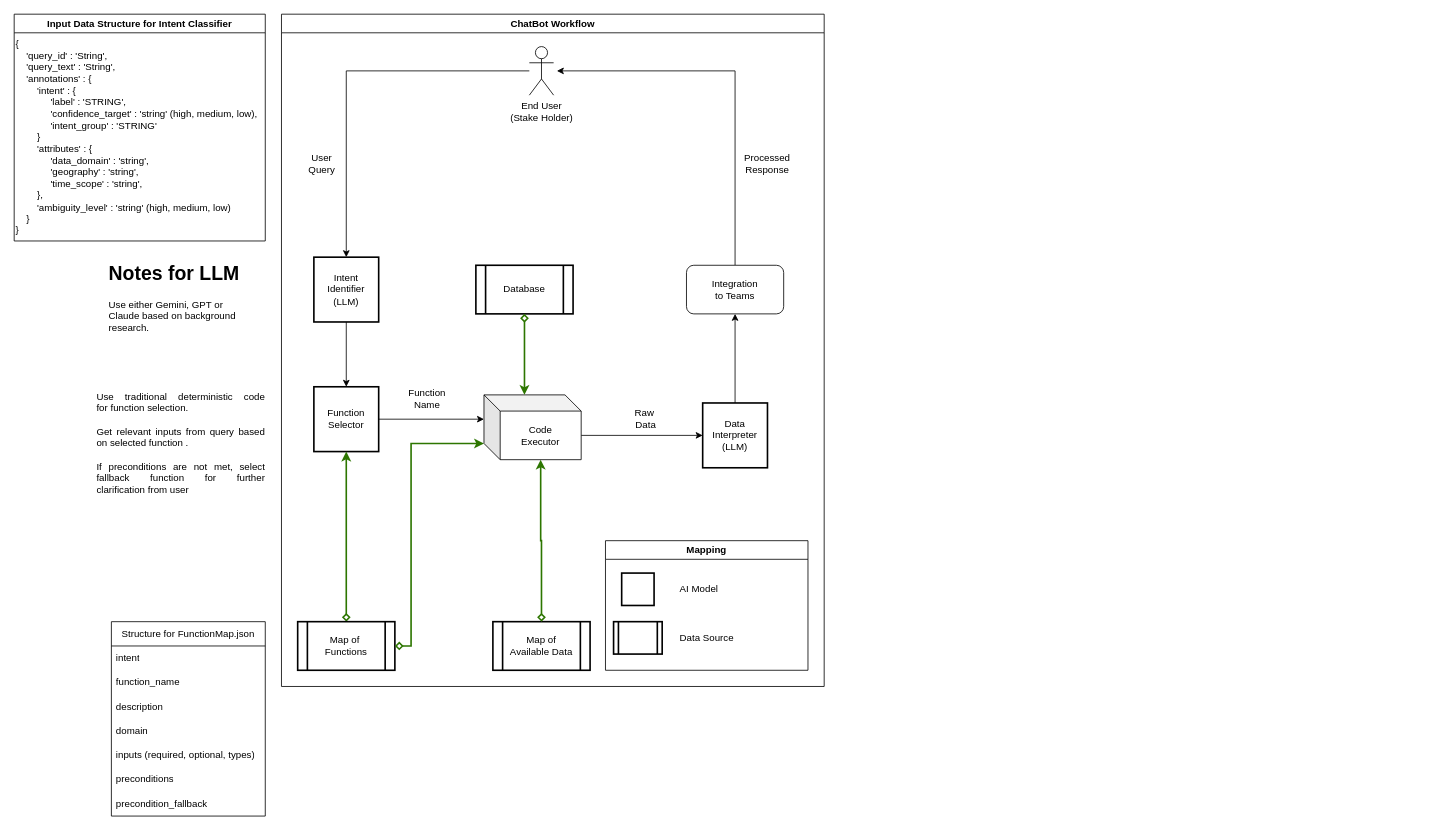
Earlier version of the draw.io diagram FlowCharts/Masters Thesis for Stakeholder Chatbot.drawio (punnoose-1620/masters-thesis-sensor-data). Source tidied: cells renumbered, new cells numbered last; positions are measured from the earlier drawing's top-left corner, leaving out a move shared by most shapes. Both pictures are drawn from the tidied source at 81%, with x=0, y=0 at pixel (14, 14).
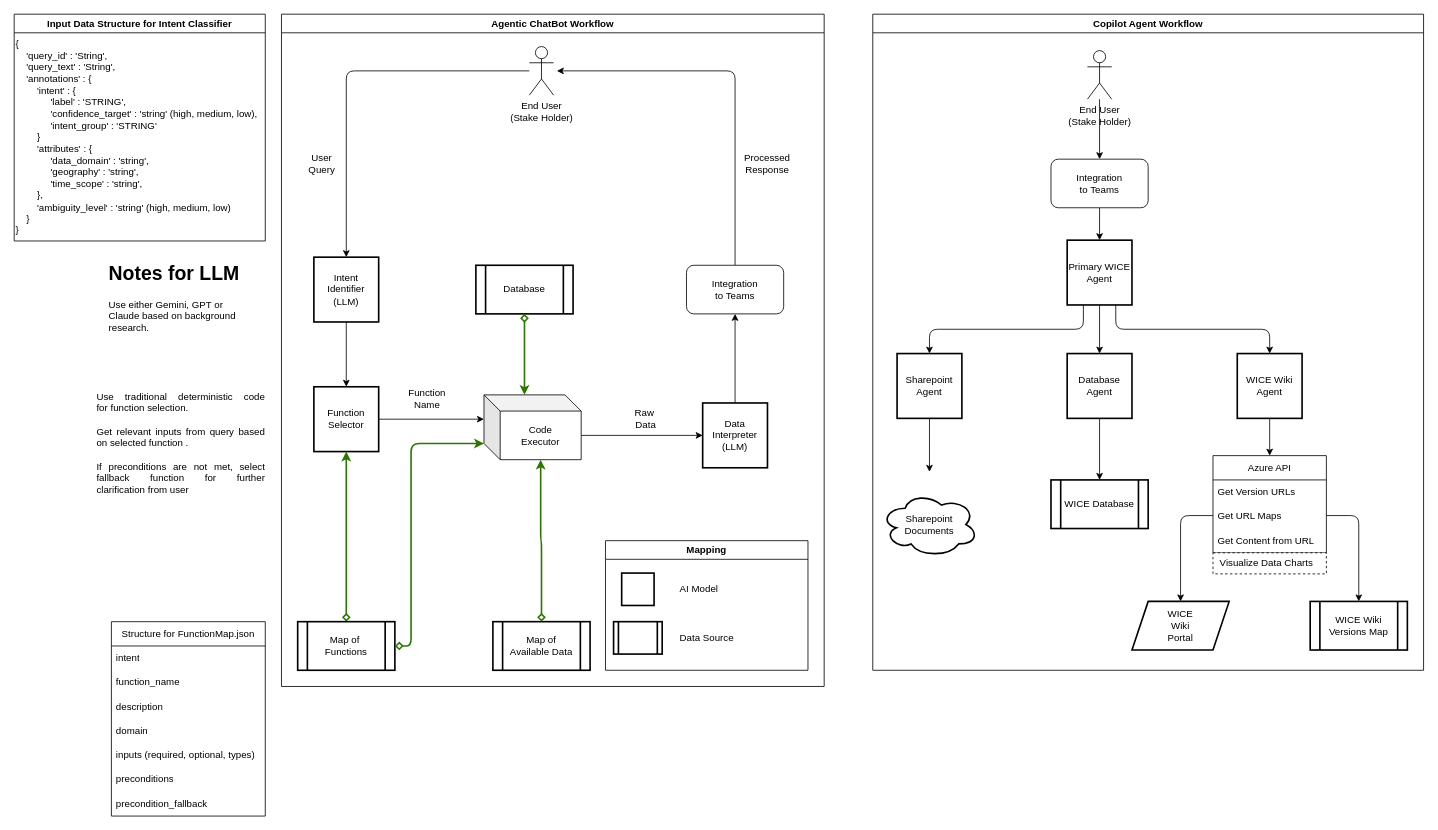
The same diagram, later.

Commit message:
Added Copilot Workflow

Unchanged cells that the change refers to:
```xml
<mxCell id="13" style="group;" parent="1" vertex="1">
  <mxGeometry x="330" width="670" height="830" as="geometry" />
</mxCell>
<mxCell id="20" value="Intent&lt;div&gt;Identifier&lt;/div&gt;&lt;div&gt;(LLM)&lt;/div&gt;" style="whiteSpace=wrap;html=1;strokeColor=light-dark(#000000,#CC0000);strokeWidth=2;" parent="13" vertex="1">
  <mxGeometry x="40" y="300" width="80" height="80" as="geometry" />
</mxCell>
<mxCell id="21" value="Function&lt;div&gt;Selector&lt;/div&gt;" style="whiteSpace=wrap;html=1;strokeColor=light-dark(#000000,#FFFFFF);strokeWidth=2;" parent="13" vertex="1">
  <mxGeometry x="40" y="460" width="80" height="80" as="geometry" />
</mxCell>
<mxCell id="23" value="Map of&amp;nbsp;&lt;div&gt;Functions&lt;/div&gt;" style="shape=process;whiteSpace=wrap;html=1;backgroundOutline=1;strokeColor=light-dark(#000000,#009900);strokeWidth=2;" parent="13" vertex="1">
  <mxGeometry x="20" y="750" width="120" height="60" as="geometry" />
</mxCell>
<mxCell id="25" value="Code&lt;div&gt;Executor&lt;/div&gt;" style="shape=cube;whiteSpace=wrap;html=1;boundedLbl=1;backgroundOutline=1;darkOpacity=0.05;darkOpacity2=0.1;" parent="13" vertex="1">
  <mxGeometry x="250" y="470" width="120" height="80" as="geometry" />
</mxCell>
<mxCell id="28" value="End User&lt;div&gt;(Stake Holder)&lt;/div&gt;" style="shape=umlActor;verticalLabelPosition=bottom;verticalAlign=top;html=1;outlineConnect=0;" parent="13" vertex="1">
  <mxGeometry x="306" y="40" width="30" height="60" as="geometry" />
</mxCell>
<mxCell id="31" value="Map of&lt;div&gt;Available&amp;nbsp;&lt;span style=&quot;background-color: transparent; color: light-dark(rgb(0, 0, 0), rgb(255, 255, 255));&quot;&gt;Data&lt;/span&gt;&lt;/div&gt;" style="shape=process;whiteSpace=wrap;html=1;backgroundOutline=1;strokeColor=light-dark(#000000,#009900);strokeWidth=2;" parent="13" vertex="1">
  <mxGeometry x="261" y="750" width="120" height="60" as="geometry" />
</mxCell>
<mxCell id="34" value="Data&lt;div&gt;Interpreter&lt;/div&gt;&lt;div&gt;(LLM)&lt;/div&gt;" style="whiteSpace=wrap;html=1;strokeColor=light-dark(#000000,#CC0000);strokeWidth=2;" parent="13" vertex="1">
  <mxGeometry x="520" y="480" width="80" height="80" as="geometry" />
</mxCell>
<mxCell id="39" value="Integration&lt;div&gt;to&amp;nbsp;&lt;span style=&quot;background-color: transparent; color: light-dark(rgb(0, 0, 0), rgb(255, 255, 255));&quot;&gt;Teams&lt;/span&gt;&lt;/div&gt;" style="rounded=1;whiteSpace=wrap;html=1;" parent="13" vertex="1">
  <mxGeometry x="500" y="310" width="120" height="60" as="geometry" />
</mxCell>
```

What changed in the source:
```diff
@@
-    <mxCell id="14" value="ChatBot Workflow" style="swimlane;whiteSpace=wrap;html=1;" parent="13" vertex="1">
+    <mxCell id="14" value="&lt;div&gt;Agentic&amp;nbsp;ChatBot Workflow&lt;/div&gt;" style="swimlane;whiteSpace=wrap;html=1;" parent="13" vertex="1">
       <mxGeometry width="670" height="830" as="geometry" />
     </mxCell>
@@
-    <mxCell id="18" style="edgeStyle=orthogonalEdgeStyle;rounded=0;jettySize=auto;html=1;" parent="13" edge="1" source="28" target="20">
+    <mxCell id="18" style="edgeStyle=orthogonalEdgeStyle;rounded=1;jettySize=auto;html=1;curved=0;" parent="13" edge="1" source="28" target="20">
       <mxGeometry relative="1" as="geometry" />
     </mxCell>
-    <mxCell id="19" style="edgeStyle=orthogonalEdgeStyle;rounded=0;jettySize=auto;html=1;exitX=0.5;exitY=1;exitDx=0;exitDy=0;" parent="13" edge="1" source="20" target="21">
+    <mxCell id="19" style="edgeStyle=orthogonalEdgeStyle;rounded=1;jettySize=auto;html=1;exitX=0.5;exitY=1;exitDx=0;exitDy=0;curved=0;" parent="13" edge="1" source="20" target="21">
       <mxGeometry relative="1" as="geometry" />
     </mxCell>
@@
-    <mxCell id="22" style="edgeStyle=orthogonalEdgeStyle;rounded=0;jettySize=auto;html=1;exitX=0.5;exitY=0;exitDx=0;exitDy=0;entryX=0.5;entryY=1;entryDx=0;entryDy=0;startArrow=diamond;startFill=0;fillColor=#60a917;strokeColor=#2D7600;strokeWidth=2;" parent="13" edge="1" source="23" target="21">
+    <mxCell id="22" style="edgeStyle=orthogonalEdgeStyle;rounded=1;jettySize=auto;html=1;exitX=0.5;exitY=0;exitDx=0;exitDy=0;entryX=0.5;entryY=1;entryDx=0;entryDy=0;startArrow=diamond;startFill=0;fillColor=#60a917;strokeColor=#2D7600;strokeWidth=2;curved=0;" parent="13" edge="1" source="23" target="21">
       <mxGeometry relative="1" as="geometry" />
     </mxCell>
@@
-    <mxCell id="24" style="edgeStyle=orthogonalEdgeStyle;rounded=0;jettySize=auto;html=1;exitX=0;exitY=0;exitDx=120;exitDy=50;exitPerimeter=0;" parent="13" edge="1" source="25" target="34">
+    <mxCell id="24" style="edgeStyle=orthogonalEdgeStyle;rounded=1;jettySize=auto;html=1;exitX=0;exitY=0;exitDx=120;exitDy=50;exitPerimeter=0;curved=0;" parent="13" edge="1" source="25" target="34">
       <mxGeometry relative="1" as="geometry" />
     </mxCell>
@@
-    <mxCell id="26" style="edgeStyle=orthogonalEdgeStyle;rounded=0;jettySize=auto;html=1;exitX=1;exitY=0.5;exitDx=0;exitDy=0;entryX=0;entryY=0;entryDx=0;entryDy=30;entryPerimeter=0;" parent="13" edge="1" source="21" target="25">
+    <mxCell id="26" style="edgeStyle=orthogonalEdgeStyle;rounded=1;jettySize=auto;html=1;exitX=1;exitY=0.5;exitDx=0;exitDy=0;entryX=0;entryY=0;entryDx=0;entryDy=30;entryPerimeter=0;curved=0;" parent="13" edge="1" source="21" target="25">
       <mxGeometry relative="1" as="geometry" />
     </mxCell>
-    <mxCell id="27" style="edgeStyle=orthogonalEdgeStyle;rounded=0;jettySize=auto;html=1;exitX=1;exitY=0.5;exitDx=0;exitDy=0;entryX=0;entryY=0;entryDx=0;entryDy=60;entryPerimeter=0;startArrow=diamond;startFill=0;fillColor=#60a917;strokeColor=#2D7600;strokeWidth=2;" parent="13" edge="1" source="23" target="25">
+    <mxCell id="27" style="edgeStyle=orthogonalEdgeStyle;rounded=1;jettySize=auto;html=1;exitX=1;exitY=0.5;exitDx=0;exitDy=0;entryX=0;entryY=0;entryDx=0;entryDy=60;entryPerimeter=0;startArrow=diamond;startFill=0;fillColor=#60a917;strokeColor=#2D7600;strokeWidth=2;curved=0;" parent="13" edge="1" source="23" target="25">
       <mxGeometry relative="1" as="geometry">
         <Array as="points">
           <mxPoint x="160" y="780" />
           <mxPoint x="160" y="530" />
         </Array>
       </mxGeometry>
     </mxCell>
@@
-    <mxCell id="32" style="edgeStyle=orthogonalEdgeStyle;rounded=0;jettySize=auto;html=1;exitX=0.5;exitY=0;exitDx=0;exitDy=0;entryX=0;entryY=0;entryDx=70;entryDy=80;entryPerimeter=0;startArrow=diamond;startFill=0;fillColor=#60a917;strokeColor=#2D7600;strokeWidth=2;" parent="13" edge="1" source="31" target="25">
+    <mxCell id="32" style="edgeStyle=orthogonalEdgeStyle;rounded=1;jettySize=auto;html=1;exitX=0.5;exitY=0;exitDx=0;exitDy=0;entryX=0;entryY=0;entryDx=70;entryDy=80;entryPerimeter=0;startArrow=diamond;startFill=0;fillColor=#60a917;strokeColor=#2D7600;strokeWidth=2;curved=0;" parent="13" edge="1" source="31" target="25">
       <mxGeometry relative="1" as="geometry" />
     </mxCell>
-    <mxCell id="33" style="edgeStyle=orthogonalEdgeStyle;rounded=0;jettySize=auto;html=1;exitX=0.5;exitY=0;exitDx=0;exitDy=0;entryX=0.5;entryY=1;entryDx=0;entryDy=0;" parent="13" edge="1" source="34" target="39">
+    <mxCell id="33" style="edgeStyle=orthogonalEdgeStyle;rounded=1;jettySize=auto;html=1;exitX=0.5;exitY=0;exitDx=0;exitDy=0;entryX=0.5;entryY=1;entryDx=0;entryDy=0;curved=0;" parent="13" edge="1" source="34" target="39">
       <mxGeometry relative="1" as="geometry" />
     </mxCell>
@@
-    <mxCell id="38" style="edgeStyle=orthogonalEdgeStyle;rounded=0;jettySize=auto;html=1;exitX=0.5;exitY=0;exitDx=0;exitDy=0;" parent="13" edge="1" source="39">
+    <mxCell id="38" style="edgeStyle=orthogonalEdgeStyle;rounded=1;jettySize=auto;html=1;exitX=0.5;exitY=0;exitDx=0;exitDy=0;curved=0;" parent="13" edge="1" source="39">
       <mxGeometry relative="1" as="geometry">
         <mxPoint x="340" y="70" as="targetPoint" />
         <Array as="points">
           <mxPoint x="560" y="70" />
         </Array>
       </mxGeometry>
     </mxCell>
@@
+    <mxCell id="46" value="Copilot Agent Workflow" style="swimlane;whiteSpace=wrap;html=1;" parent="1" vertex="1">
+      <mxGeometry x="1060" width="680" height="810" as="geometry" />
+    </mxCell>
+    <mxCell id="47" value="&lt;div&gt;Sharepoint&lt;/div&gt;&lt;div&gt;Documents&lt;/div&gt;" style="ellipse;shape=cloud;whiteSpace=wrap;html=1;strokeColor=light-dark(#000000,#009900);strokeWidth=2;" parent="46" vertex="1">
+      <mxGeometry x="10" y="590" width="120" height="80" as="geometry" />
+    </mxCell>
+    <mxCell id="48" style="edgeStyle=orthogonalEdgeStyle;rounded=0;jettySize=auto;html=1;exitX=0.5;exitY=1;exitDx=0;exitDy=0;" parent="46" edge="1" source="49">
+      <mxGeometry relative="1" as="geometry">
+        <mxPoint x="70" y="565" as="targetPoint" />
+      </mxGeometry>
+    </mxCell>
+    <mxCell id="49" value="&lt;div&gt;Sharepoint&lt;/div&gt;&lt;div&gt;Agent&lt;/div&gt;" style="whiteSpace=wrap;html=1;strokeColor=light-dark(#000000,#CC0000);strokeWidth=2;" parent="46" vertex="1">
+      <mxGeometry x="30" y="419" width="80" height="80" as="geometry" />
+    </mxCell>
+    <mxCell id="50" style="edgeStyle=orthogonalEdgeStyle;rounded=0;jettySize=auto;html=1;exitX=0.5;exitY=1;exitDx=0;exitDy=0;" parent="46" edge="1" source="51" target="62">
+      <mxGeometry relative="1" as="geometry" />
+    </mxCell>
+    <mxCell id="51" value="Database&lt;div&gt;Agent&lt;/div&gt;" style="whiteSpace=wrap;html=1;strokeColor=light-dark(#000000,#CC0000);strokeWidth=2;" parent="46" vertex="1">
+      <mxGeometry x="240" y="419" width="80" height="80" as="geometry" />
+    </mxCell>
+    <mxCell id="52" style="edgeStyle=orthogonalEdgeStyle;rounded=0;jettySize=auto;html=1;exitX=0.5;exitY=1;exitDx=0;exitDy=0;entryX=0.5;entryY=0;entryDx=0;entryDy=0;" parent="46" edge="1" source="53" target="63">
+      <mxGeometry relative="1" as="geometry" />
+    </mxCell>
+    <mxCell id="53" value="&lt;div&gt;WICE Wiki&lt;/div&gt;&lt;div&gt;Agent&lt;/div&gt;" style="whiteSpace=wrap;html=1;strokeColor=light-dark(#000000,#CC0000);strokeWidth=2;" parent="46" vertex="1">
+      <mxGeometry x="450" y="419" width="80" height="80" as="geometry" />
+    </mxCell>
+    <mxCell id="54" style="edgeStyle=orthogonalEdgeStyle;rounded=1;jettySize=auto;html=1;exitX=0.25;exitY=1;exitDx=0;exitDy=0;entryX=0.5;entryY=0;entryDx=0;entryDy=0;curved=0;" parent="46" edge="1" source="57" target="49">
+      <mxGeometry relative="1" as="geometry" />
+    </mxCell>
+    <mxCell id="55" style="edgeStyle=orthogonalEdgeStyle;rounded=1;jettySize=auto;html=1;exitX=0.5;exitY=1;exitDx=0;exitDy=0;entryX=0.5;entryY=0;entryDx=0;entryDy=0;curved=0;" parent="46" edge="1" source="57" target="51">
+      <mxGeometry relative="1" as="geometry" />
+    </mxCell>
+    <mxCell id="56" style="edgeStyle=orthogonalEdgeStyle;rounded=1;jettySize=auto;html=1;exitX=0.75;exitY=1;exitDx=0;exitDy=0;entryX=0.5;entryY=0;entryDx=0;entryDy=0;curved=0;" parent="46" edge="1" source="57" target="53">
+      <mxGeometry relative="1" as="geometry" />
+    </mxCell>
+    <mxCell id="57" value="Primary WICE&lt;div&gt;Agent&lt;/div&gt;" style="whiteSpace=wrap;html=1;strokeColor=light-dark(#000000,#CC0000);strokeWidth=2;" parent="46" vertex="1">
+      <mxGeometry x="240" y="279" width="80" height="80" as="geometry" />
+    </mxCell>
+    <mxCell id="58" style="edgeStyle=orthogonalEdgeStyle;rounded=0;jettySize=auto;html=1;exitX=0.5;exitY=1;exitDx=0;exitDy=0;entryX=0.5;entryY=0;entryDx=0;entryDy=0;" parent="46" edge="1" source="59" target="57">
+      <mxGeometry relative="1" as="geometry" />
+    </mxCell>
+    <mxCell id="59" value="Integration&lt;div&gt;to&amp;nbsp;&lt;span style=&quot;background-color: transparent; color: light-dark(rgb(0, 0, 0), rgb(255, 255, 255));&quot;&gt;Teams&lt;/span&gt;&lt;/div&gt;" style="rounded=1;whiteSpace=wrap;html=1;" parent="46" vertex="1">
+      <mxGeometry x="220" y="179" width="120" height="60" as="geometry" />
+    </mxCell>
+    <mxCell id="60" style="edgeStyle=orthogonalEdgeStyle;rounded=0;jettySize=auto;html=1;entryX=0.5;entryY=0;entryDx=0;entryDy=0;" parent="46" edge="1" source="61" target="59">
+      <mxGeometry relative="1" as="geometry" />
+    </mxCell>
+    <mxCell id="61" value="End User&lt;div&gt;(Stake Holder)&lt;/div&gt;" style="shape=umlActor;verticalLabelPosition=bottom;verticalAlign=top;html=1;outlineConnect=0;" parent="46" vertex="1">
+      <mxGeometry x="265" y="45" width="30" height="60" as="geometry" />
+    </mxCell>
+    <mxCell id="62" value="WICE Database" style="shape=process;whiteSpace=wrap;html=1;backgroundOutline=1;strokeColor=light-dark(#000000,#009900);strokeWidth=2;" parent="46" vertex="1">
+      <mxGeometry x="220" y="575" width="120" height="60" as="geometry" />
+    </mxCell>
+    <mxCell id="63" value="Azure API" style="swimlane;fontStyle=0;horizontal=1;startSize=30;whiteSpace=wrap;html=1;" parent="46" vertex="1">
+      <mxGeometry x="420" y="545" width="140" height="120" as="geometry" />
+    </mxCell>
+    <mxCell id="64" value="Get Version URLs" style="text;strokeColor=none;fillColor=none;align=left;verticalAlign=middle;spacingLeft=4;spacingRight=4;overflow=hidden;whiteSpace=wrap;html=1;" parent="63" vertex="1">
+      <mxGeometry y="30" width="140" height="30" as="geometry" />
+    </mxCell>
+    <mxCell id="65" value="Get URL Maps" style="text;strokeColor=none;fillColor=none;align=left;verticalAlign=middle;spacingLeft=4;spacingRight=4;overflow=hidden;whiteSpace=wrap;html=1;" parent="63" vertex="1">
+      <mxGeometry y="60" width="140" height="30" as="geometry" />
+    </mxCell>
+    <mxCell id="66" value="Get Content from URL" style="text;strokeColor=none;fillColor=none;align=left;verticalAlign=middle;spacingLeft=4;spacingRight=4;overflow=hidden;whiteSpace=wrap;html=1;" parent="63" vertex="1">
+      <mxGeometry y="90" width="140" height="30" as="geometry" />
+    </mxCell>
+    <mxCell id="67" style="edgeStyle=orthogonalEdgeStyle;rounded=1;jettySize=auto;html=1;entryX=0.5;entryY=0;entryDx=0;entryDy=0;curved=0;" parent="46" edge="1" source="63" target="70">
+      <mxGeometry relative="1" as="geometry">
+        <Array as="points">
+          <mxPoint x="380" y="619" />
+        </Array>
+      </mxGeometry>
+    </mxCell>
+    <mxCell id="68" value="&lt;div align=&quot;left&quot;&gt;&amp;nbsp; Visualize Data Charts&lt;/div&gt;" style="rounded=0;whiteSpace=wrap;html=1;dashed=1;align=left;" parent="46" vertex="1">
+      <mxGeometry x="420" y="665" width="140" height="26" as="geometry" />
+    </mxCell>
+    <mxCell id="69" style="edgeStyle=orthogonalEdgeStyle;rounded=1;jettySize=auto;html=1;entryX=0.5;entryY=0;entryDx=0;entryDy=0;curved=0;" parent="46" edge="1" source="63" target="71">
+      <mxGeometry relative="1" as="geometry">
+        <Array as="points">
+          <mxPoint x="600" y="619" />
+        </Array>
+      </mxGeometry>
+    </mxCell>
+    <mxCell id="70" value="&lt;div&gt;WICE&lt;/div&gt;&lt;div&gt;Wiki&lt;/div&gt;&lt;div&gt;Portal&lt;/div&gt;" style="shape=parallelogram;perimeter=parallelogramPerimeter;whiteSpace=wrap;html=1;fixedSize=1;strokeColor=light-dark(#000000,#009900);strokeWidth=2;" parent="46" vertex="1">
+      <mxGeometry x="320" y="725" width="120" height="60" as="geometry" />
+    </mxCell>
+    <mxCell id="71" value="&lt;div&gt;WICE Wiki&lt;/div&gt;&lt;div&gt;Versions Map&lt;/div&gt;" style="shape=process;whiteSpace=wrap;html=1;backgroundOutline=1;strokeColor=light-dark(#000000,#009900);strokeWidth=2;" parent="46" vertex="1">
+      <mxGeometry x="540" y="725" width="120" height="60" as="geometry" />
+    </mxCell>
```
